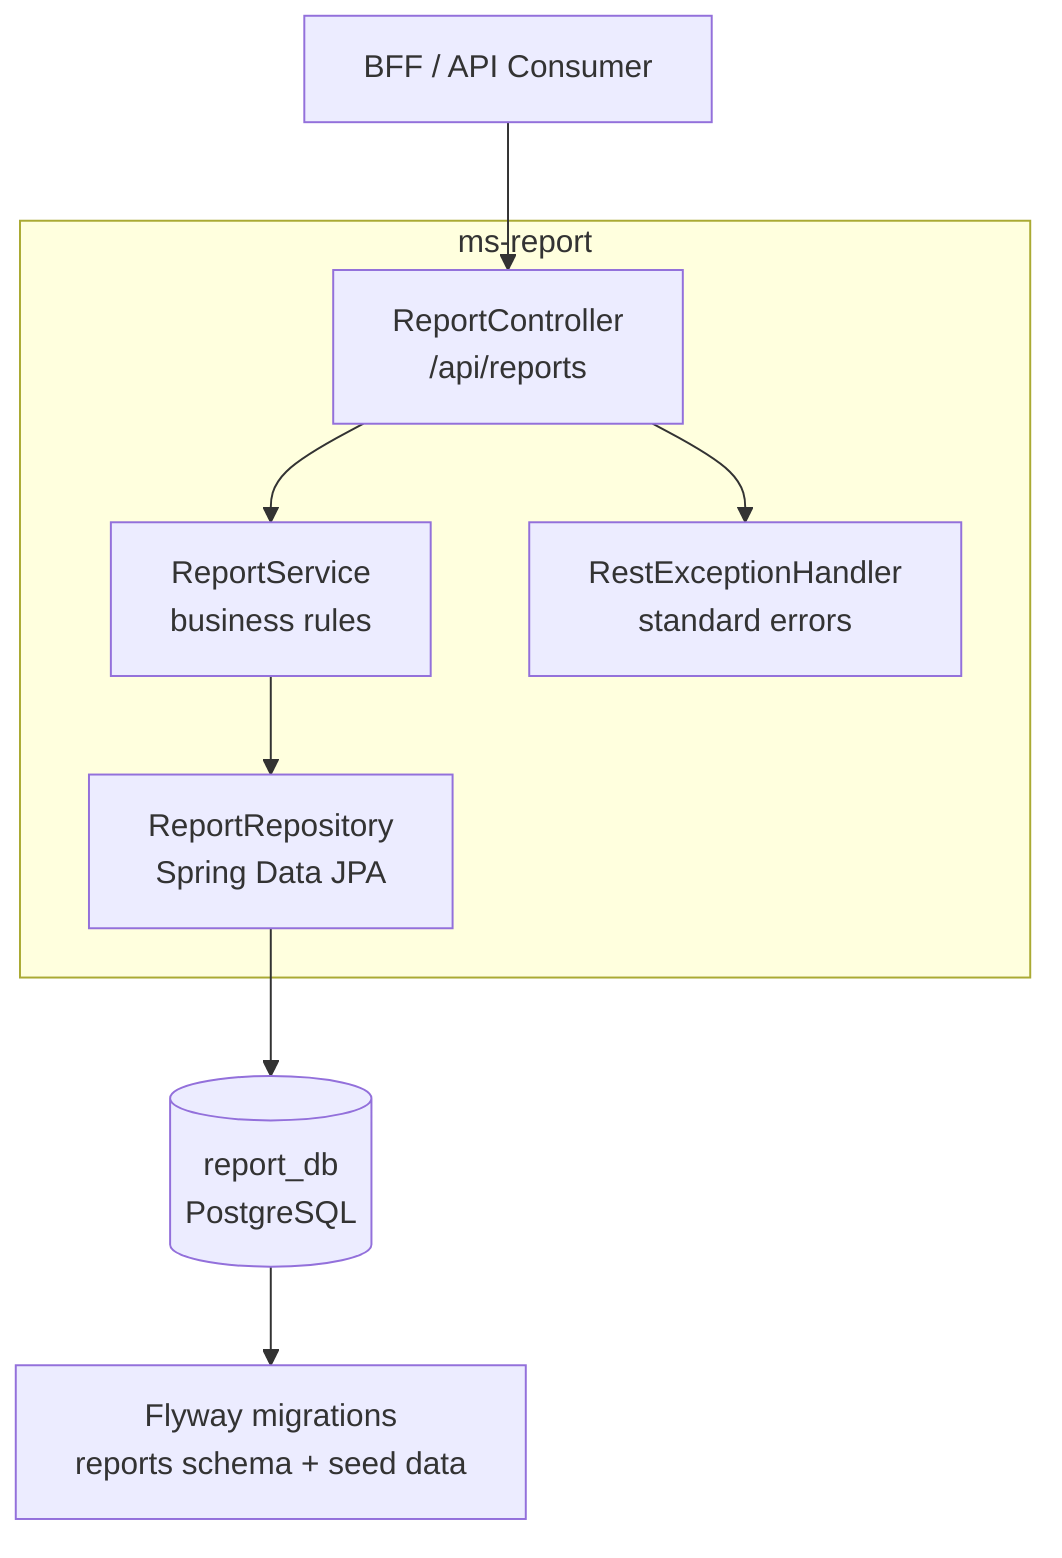
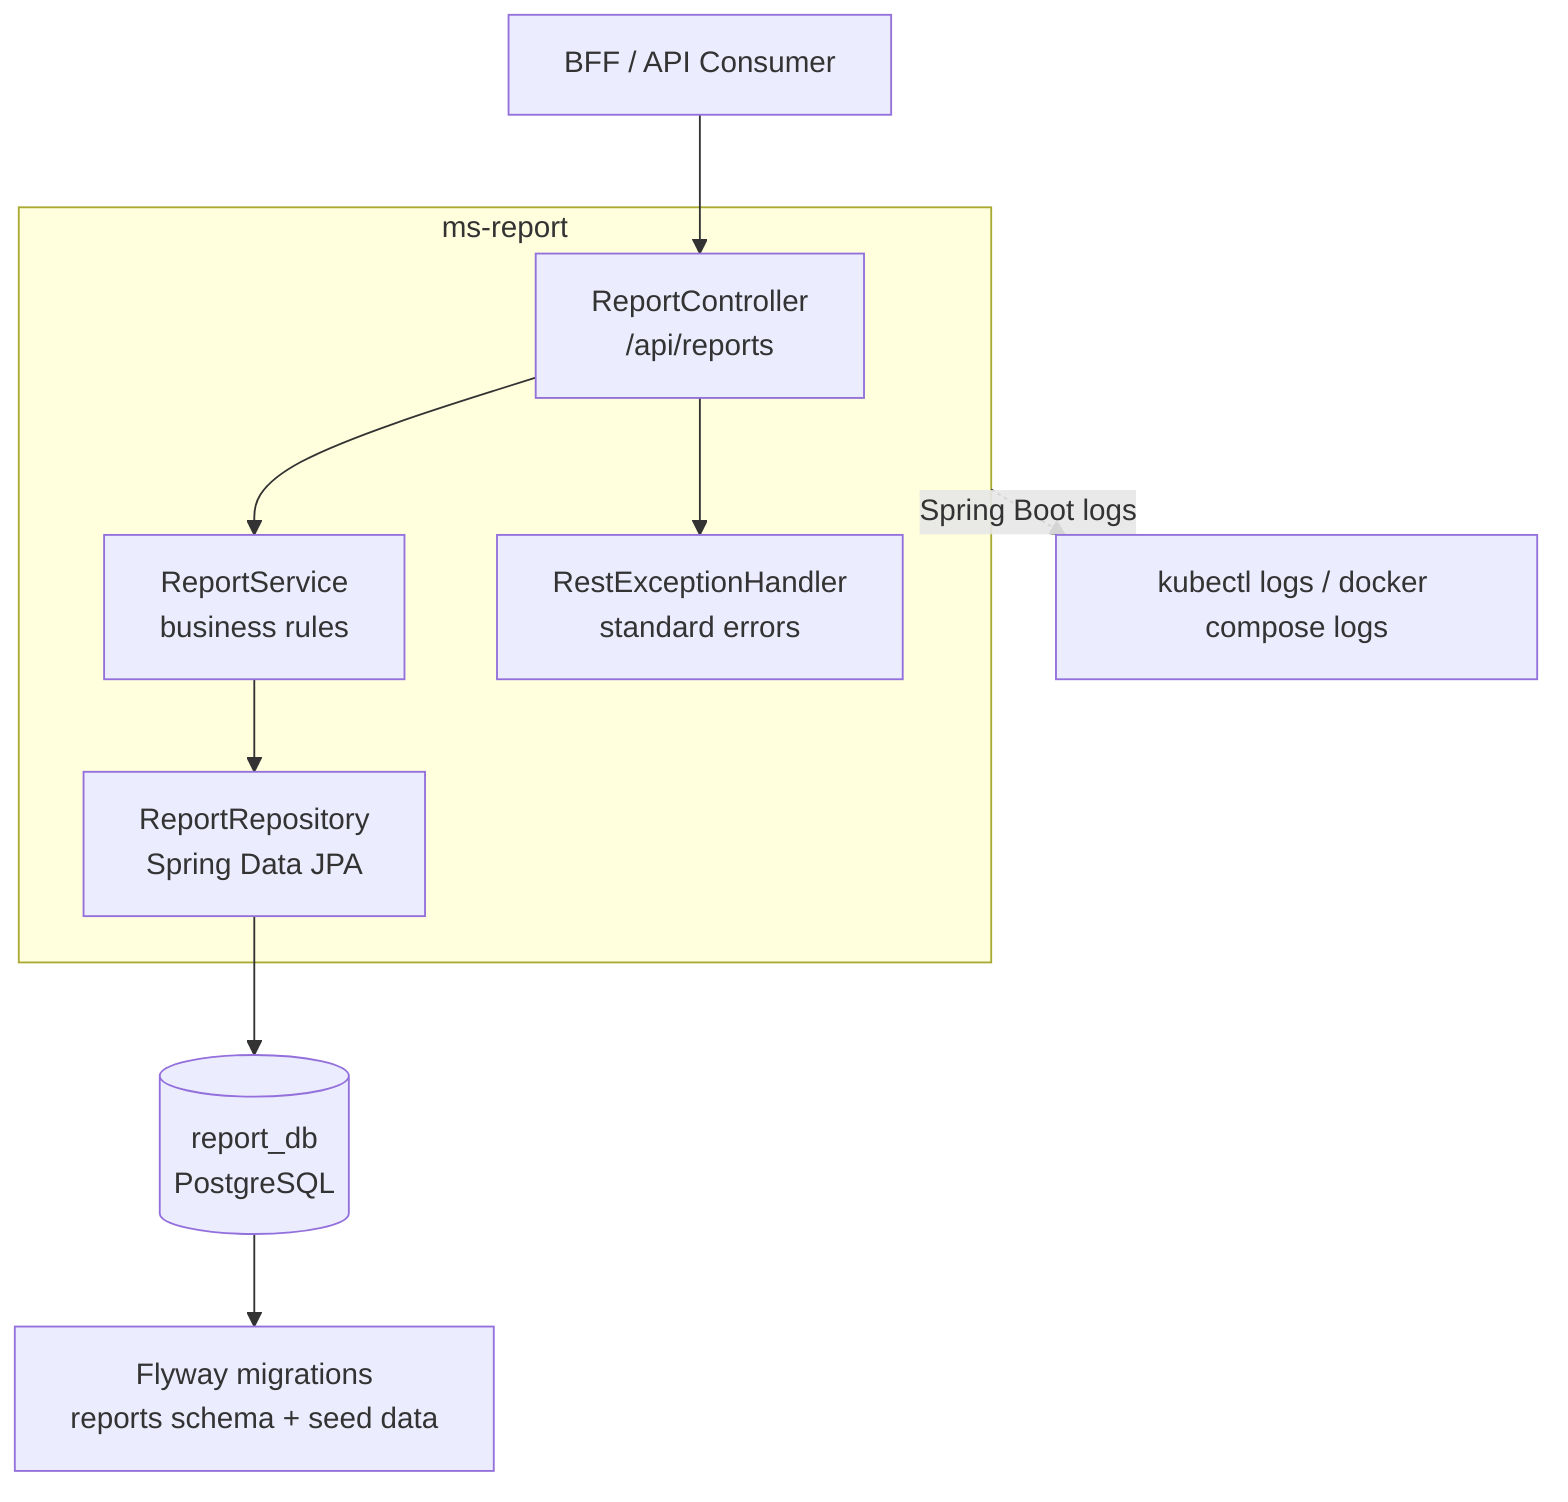
flowchart TB
  Client["BFF / API Consumer"] --> Controller["ReportController\n/api/reports"]

  subgraph ReportService["ms-report"]
    Controller --> Service["ReportService\nbusiness rules"]
    Service --> Repository["ReportRepository\nSpring Data JPA"]
    Controller --> Handler["RestExceptionHandler\nstandard errors"]
  end

  Repository --> ReportDb[("report_db\nPostgreSQL")]
  ReportDb --> Flyway["Flyway migrations\nreports schema + seed data"]
+   ReportService -.->|"Spring Boot logs"| Logs["kubectl logs / docker compose logs"]
